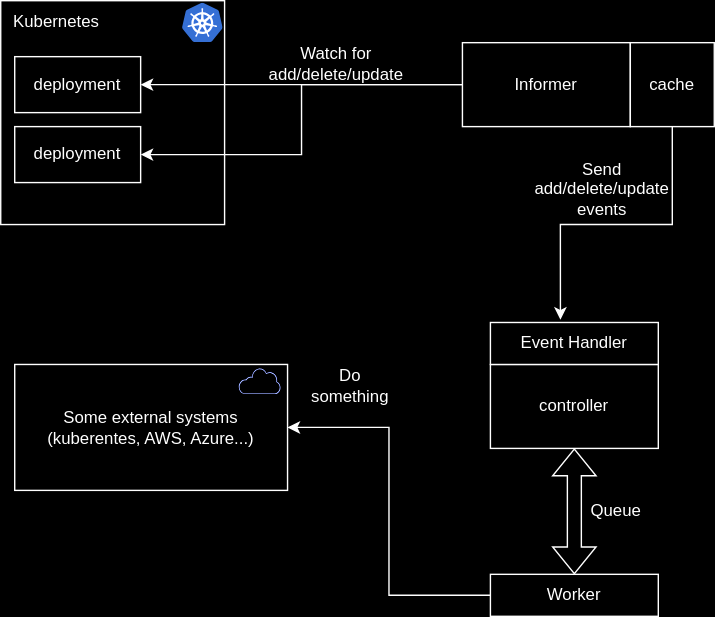
Above: example-controller/docs/k8s-controller.drawio.svg in minhthong582000/k8s-controller-pattern (draw.io), before the change. Source tidied: cells renumbered, new cells last; positions are measured from the earlier drawing's top-left corner, leaving out a move shared by most shapes. The source it was exported from:
```xml
<mxGraphModel>
  <root>
    <mxCell id="0" />
    <mxCell id="1" parent="0" />
    <mxCell id="2" style="whiteSpace=wrap;html=1;" parent="1" vertex="1">
      <mxGeometry width="160" height="160" as="geometry" />
    </mxCell>
    <mxCell id="3" style="edgeStyle=orthogonalEdgeStyle;rounded=0;jettySize=auto;html=1;entryX=1;entryY=0.5;entryDx=0;entryDy=0;" parent="1" edge="1" source="5" target="7">
      <mxGeometry relative="1" as="geometry">
        <Array as="points">
          <mxPoint x="100" y="60" />
          <mxPoint x="100" y="60" />
        </Array>
      </mxGeometry>
    </mxCell>
    <mxCell id="4" style="edgeStyle=orthogonalEdgeStyle;rounded=0;jettySize=auto;html=1;" parent="1" edge="1" source="5" target="8">
      <mxGeometry relative="1" as="geometry" />
    </mxCell>
    <mxCell id="5" value="&lt;a href=&quot;https://pkg.go.dev/k8s.io/client-go/informers&quot;&gt;Informer&lt;/a&gt;" style="rounded=0;whiteSpace=wrap;html=1;" parent="1" vertex="1">
      <mxGeometry x="330" y="30" width="120" height="60" as="geometry" />
    </mxCell>
    <mxCell id="6" value="Kubernetes" style="text;html=1;align=center;verticalAlign=middle;whiteSpace=wrap;rounded=0;" parent="1" vertex="1">
      <mxGeometry x="10" width="60" height="30" as="geometry" />
    </mxCell>
    <mxCell id="7" value="deployment" style="rounded=0;whiteSpace=wrap;html=1;" parent="1" vertex="1">
      <mxGeometry x="10" y="40" width="90" height="40" as="geometry" />
    </mxCell>
    <mxCell id="8" value="deployment" style="rounded=0;whiteSpace=wrap;html=1;" parent="1" vertex="1">
      <mxGeometry x="10" y="90" width="90" height="40" as="geometry" />
    </mxCell>
    <mxCell id="9" value="Watch for add/delete/update" style="text;html=1;align=center;verticalAlign=middle;whiteSpace=wrap;rounded=0;" parent="1" vertex="1">
      <mxGeometry x="210" y="30" width="60" height="30" as="geometry" />
    </mxCell>
    <mxCell id="10" value="&lt;a href=&quot;https://pkg.go.dev/k8s.io/client-go/tools/cache&quot;&gt;cache&lt;/a&gt;" style="rounded=0;whiteSpace=wrap;html=1;" parent="1" vertex="1">
      <mxGeometry x="450" y="30" width="60" height="60" as="geometry" />
    </mxCell>
    <mxCell id="11" style="edgeStyle=orthogonalEdgeStyle;rounded=0;jettySize=auto;html=1;entryX=1;entryY=0.5;entryDx=0;entryDy=0;exitX=0;exitY=0.5;exitDx=0;exitDy=0;" parent="1" edge="1" source="16" target="17">
      <mxGeometry relative="1" as="geometry" />
    </mxCell>
    <mxCell id="12" value="controller" style="rounded=0;whiteSpace=wrap;html=1;" parent="1" vertex="1">
      <mxGeometry x="350" y="260" width="120" height="60" as="geometry" />
    </mxCell>
    <mxCell id="13" value="&lt;a href=&quot;https://pkg.go.dev/k8s.io/client-go/tools/cache#ResourceEventHandlerFuncs&quot;&gt;Event Handler&lt;/a&gt;" style="rounded=0;whiteSpace=wrap;html=1;" parent="1" vertex="1">
      <mxGeometry x="350" y="230" width="120" height="30" as="geometry" />
    </mxCell>
    <mxCell id="14" style="edgeStyle=orthogonalEdgeStyle;rounded=0;jettySize=auto;html=1;entryX=0.417;entryY=-0.067;entryDx=0;entryDy=0;entryPerimeter=0;" parent="1" edge="1" source="10" target="13">
      <mxGeometry relative="1" as="geometry" />
    </mxCell>
    <mxCell id="15" value="Send add/delete/update events" style="text;html=1;align=center;verticalAlign=middle;whiteSpace=wrap;rounded=0;" parent="1" vertex="1">
      <mxGeometry x="390" y="120" width="80" height="30" as="geometry" />
    </mxCell>
    <mxCell id="16" value="Worker" style="rounded=0;whiteSpace=wrap;html=1;" parent="1" vertex="1">
      <mxGeometry x="350" y="410" width="120" height="30" as="geometry" />
    </mxCell>
    <mxCell id="17" value="Some external systems (kuberentes, AWS, Azure...)" style="rounded=0;whiteSpace=wrap;html=1;" parent="1" vertex="1">
      <mxGeometry x="10" y="260" width="195" height="90" as="geometry" />
    </mxCell>
    <mxCell id="18" value="Do something" style="text;html=1;align=center;verticalAlign=middle;whiteSpace=wrap;rounded=0;" parent="1" vertex="1">
      <mxGeometry x="220" y="260" width="60" height="30" as="geometry" />
    </mxCell>
    <mxCell id="19" style="shape=flexArrow;endArrow=classic;startArrow=classic;html=1;rounded=0;exitX=0.5;exitY=0;exitDx=0;exitDy=0;entryX=0.5;entryY=1;entryDx=0;entryDy=0;" parent="1" edge="1" source="16" target="12">
      <mxGeometry relative="1" as="geometry" />
    </mxCell>
    <mxCell id="20" value="&lt;a href=&quot;https://pkg.go.dev/k8s.io/client-go/util/workqueue&quot;&gt;Queue&lt;/a&gt;" style="text;html=1;align=center;verticalAlign=middle;whiteSpace=wrap;rounded=0;" parent="1" vertex="1">
      <mxGeometry x="410" y="350" width="60" height="30" as="geometry" />
    </mxCell>
    <mxCell id="21" style="image;sketch=0;html=1;align=center;fontSize=12;image=img/lib/mscae/Kubernetes.svg;" parent="1" vertex="1">
      <mxGeometry x="130" y="2" width="29.2" height="28" as="geometry" />
    </mxCell>
    <mxCell id="22" style="sketch=0;shadow=0;dashed=0;html=1;strokeColor=none;labelPosition=center;verticalLabelPosition=bottom;verticalAlign=top;align=center;fillColor=#00188D;shape=mxgraph.mscae.enterprise.internet_hollow;" parent="1" vertex="1">
      <mxGeometry x="170" y="262.6" width="30" height="18.6" as="geometry" />
    </mxCell>
  </root>
</mxGraphModel>
```
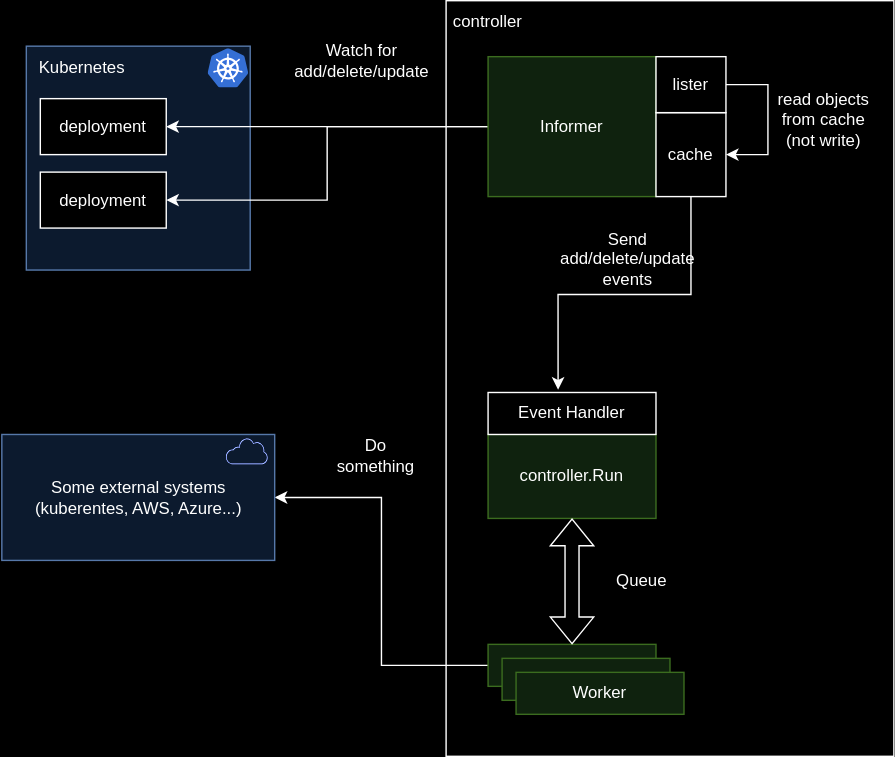
After the change.

Change to the diagram source:
```diff
@@ -2,46 +2,44 @@
   <root>
     <mxCell id="0" />
     <mxCell id="1" parent="0" />
+    <mxCell id="23" style="rounded=0;whiteSpace=wrap;html=1;" parent="1" vertex="1">
+      <mxGeometry x="300" y="-50" width="320" height="540" as="geometry" />
+    </mxCell>
-    <mxCell id="2" style="whiteSpace=wrap;html=1;" parent="1" vertex="1">
-      <mxGeometry width="160" height="160" as="geometry" />
+    <mxCell id="2" style="whiteSpace=wrap;html=1;fillColor=#dae8fc;strokeColor=#6c8ebf;" parent="1" vertex="1">
+      <mxGeometry y="-17.5" width="160" height="160" as="geometry" />
     </mxCell>
+    <mxCell id="4" style="edgeStyle=orthogonalEdgeStyle;rounded=0;jettySize=auto;html=1;exitX=0;exitY=0.5;exitDx=0;exitDy=0;" parent="1" edge="1" source="5" target="8">
+      <mxGeometry relative="1" as="geometry" />
+    </mxCell>
     <mxCell id="3" style="edgeStyle=orthogonalEdgeStyle;rounded=0;jettySize=auto;html=1;entryX=1;entryY=0.5;entryDx=0;entryDy=0;" parent="1" edge="1" source="5" target="7">
-      <mxGeometry relative="1" as="geometry">
-        <Array as="points">
-          <mxPoint x="100" y="60" />
-          <mxPoint x="100" y="60" />
-        </Array>
-      </mxGeometry>
+      <mxGeometry relative="1" as="geometry" />
     </mxCell>
-    <mxCell id="4" style="edgeStyle=orthogonalEdgeStyle;rounded=0;jettySize=auto;html=1;" parent="1" edge="1" source="5" target="8">
-      <mxGeometry relative="1" as="geometry" />
-    </mxCell>
-    <mxCell id="5" value="&lt;a href=&quot;https://pkg.go.dev/k8s.io/client-go/informers&quot;&gt;Informer&lt;/a&gt;" style="rounded=0;whiteSpace=wrap;html=1;" parent="1" vertex="1">
-      <mxGeometry x="330" y="30" width="120" height="60" as="geometry" />
+    <mxCell id="5" value="&lt;a href=&quot;https://pkg.go.dev/k8s.io/client-go/informers&quot;&gt;Informer&lt;/a&gt;" style="rounded=0;whiteSpace=wrap;html=1;fillColor=#d5e8d4;strokeColor=#82b366;" parent="1" vertex="1">
+      <mxGeometry x="330" y="-10" width="120" height="100" as="geometry" />
     </mxCell>
     <mxCell id="6" value="Kubernetes" style="text;html=1;align=center;verticalAlign=middle;whiteSpace=wrap;rounded=0;" parent="1" vertex="1">
-      <mxGeometry x="10" width="60" height="30" as="geometry" />
+      <mxGeometry x="10" y="-17.5" width="60" height="30" as="geometry" />
     </mxCell>
     <mxCell id="7" value="deployment" style="rounded=0;whiteSpace=wrap;html=1;" parent="1" vertex="1">
-      <mxGeometry x="10" y="40" width="90" height="40" as="geometry" />
+      <mxGeometry x="10" y="20" width="90" height="40" as="geometry" />
     </mxCell>
     <mxCell id="8" value="deployment" style="rounded=0;whiteSpace=wrap;html=1;" parent="1" vertex="1">
-      <mxGeometry x="10" y="90" width="90" height="40" as="geometry" />
+      <mxGeometry x="10" y="72.5" width="90" height="40" as="geometry" />
     </mxCell>
     <mxCell id="9" value="Watch for add/delete/update" style="text;html=1;align=center;verticalAlign=middle;whiteSpace=wrap;rounded=0;" parent="1" vertex="1">
-      <mxGeometry x="210" y="30" width="60" height="30" as="geometry" />
+      <mxGeometry x="210" y="-22.5" width="60" height="30" as="geometry" />
     </mxCell>
     <mxCell id="10" value="&lt;a href=&quot;https://pkg.go.dev/k8s.io/client-go/tools/cache&quot;&gt;cache&lt;/a&gt;" style="rounded=0;whiteSpace=wrap;html=1;" parent="1" vertex="1">
-      <mxGeometry x="450" y="30" width="60" height="60" as="geometry" />
+      <mxGeometry x="450" y="30" width="50" height="60" as="geometry" />
     </mxCell>
     <mxCell id="11" style="edgeStyle=orthogonalEdgeStyle;rounded=0;jettySize=auto;html=1;entryX=1;entryY=0.5;entryDx=0;entryDy=0;exitX=0;exitY=0.5;exitDx=0;exitDy=0;" parent="1" edge="1" source="16" target="17">
       <mxGeometry relative="1" as="geometry" />
     </mxCell>
-    <mxCell id="12" value="controller" style="rounded=0;whiteSpace=wrap;html=1;" parent="1" vertex="1">
-      <mxGeometry x="350" y="260" width="120" height="60" as="geometry" />
+    <mxCell id="12" value="controller.Run" style="rounded=0;whiteSpace=wrap;html=1;fillColor=#d5e8d4;strokeColor=#82b366;" parent="1" vertex="1">
+      <mxGeometry x="330" y="260" width="120" height="60" as="geometry" />
     </mxCell>
     <mxCell id="13" value="&lt;a href=&quot;https://pkg.go.dev/k8s.io/client-go/tools/cache#ResourceEventHandlerFuncs&quot;&gt;Event Handler&lt;/a&gt;" style="rounded=0;whiteSpace=wrap;html=1;" parent="1" vertex="1">
-      <mxGeometry x="350" y="230" width="120" height="30" as="geometry" />
+      <mxGeometry x="330" y="230" width="120" height="30" as="geometry" />
     </mxCell>
     <mxCell id="14" style="edgeStyle=orthogonalEdgeStyle;rounded=0;jettySize=auto;html=1;entryX=0.417;entryY=-0.067;entryDx=0;entryDy=0;entryPerimeter=0;" parent="1" edge="1" source="10" target="13">
       <mxGeometry relative="1" as="geometry" />
@@ -49,11 +47,11 @@
     <mxCell id="15" value="Send add/delete/update events" style="text;html=1;align=center;verticalAlign=middle;whiteSpace=wrap;rounded=0;" parent="1" vertex="1">
       <mxGeometry x="390" y="120" width="80" height="30" as="geometry" />
     </mxCell>
-    <mxCell id="16" value="Worker" style="rounded=0;whiteSpace=wrap;html=1;" parent="1" vertex="1">
-      <mxGeometry x="350" y="410" width="120" height="30" as="geometry" />
+    <mxCell id="16" value="Worker" style="rounded=0;whiteSpace=wrap;html=1;fillColor=#d5e8d4;strokeColor=#82b366;" parent="1" vertex="1">
+      <mxGeometry x="330" y="410" width="120" height="30" as="geometry" />
     </mxCell>
-    <mxCell id="17" value="Some external systems (kuberentes, AWS, Azure...)" style="rounded=0;whiteSpace=wrap;html=1;" parent="1" vertex="1">
-      <mxGeometry x="10" y="260" width="195" height="90" as="geometry" />
+    <mxCell id="17" value="Some external systems (kuberentes, AWS, Azure...)" style="rounded=0;whiteSpace=wrap;html=1;fillColor=#dae8fc;strokeColor=#6c8ebf;" parent="1" vertex="1">
+      <mxGeometry x="-17.5" y="260" width="195" height="90" as="geometry" />
     </mxCell>
     <mxCell id="18" value="Do something" style="text;html=1;align=center;verticalAlign=middle;whiteSpace=wrap;rounded=0;" parent="1" vertex="1">
       <mxGeometry x="220" y="260" width="60" height="30" as="geometry" />
@@ -65,10 +63,33 @@
       <mxGeometry x="410" y="350" width="60" height="30" as="geometry" />
     </mxCell>
     <mxCell id="21" style="image;sketch=0;html=1;align=center;fontSize=12;image=img/lib/mscae/Kubernetes.svg;" parent="1" vertex="1">
-      <mxGeometry x="130" y="2" width="29.2" height="28" as="geometry" />
+      <mxGeometry x="130" y="-15.5" width="29.2" height="28" as="geometry" />
     </mxCell>
     <mxCell id="22" style="sketch=0;shadow=0;dashed=0;html=1;strokeColor=none;labelPosition=center;verticalLabelPosition=bottom;verticalAlign=top;align=center;fillColor=#00188D;shape=mxgraph.mscae.enterprise.internet_hollow;" parent="1" vertex="1">
-      <mxGeometry x="170" y="262.6" width="30" height="18.6" as="geometry" />
+      <mxGeometry x="142.5" y="262.6" width="30" height="18.6" as="geometry" />
     </mxCell>
+    <mxCell id="24" style="edgeStyle=orthogonalEdgeStyle;rounded=0;jettySize=auto;html=1;entryX=1;entryY=0.5;entryDx=0;entryDy=0;" parent="1" edge="1" source="25" target="10">
+      <mxGeometry relative="1" as="geometry">
+        <Array as="points">
+          <mxPoint x="530" y="10" />
+          <mxPoint x="530" y="60" />
+        </Array>
+      </mxGeometry>
+    </mxCell>
+    <mxCell id="25" value="lister" style="rounded=0;whiteSpace=wrap;html=1;" parent="1" vertex="1">
+      <mxGeometry x="450" y="-10" width="50" height="40" as="geometry" />
+    </mxCell>
+    <mxCell id="26" value="read objects from cache&lt;div&gt;(not write)&lt;/div&gt;" style="text;html=1;align=center;verticalAlign=middle;whiteSpace=wrap;rounded=0;" parent="1" vertex="1">
+      <mxGeometry x="530" y="20" width="80" height="30" as="geometry" />
+    </mxCell>
+    <mxCell id="27" value="controller" style="text;html=1;align=center;verticalAlign=middle;whiteSpace=wrap;rounded=0;" parent="1" vertex="1">
+      <mxGeometry x="300" y="-50" width="60" height="30" as="geometry" />
+    </mxCell>
+    <mxCell id="28" value="Worker" style="rounded=0;whiteSpace=wrap;html=1;fillColor=#d5e8d4;strokeColor=#82b366;" parent="1" vertex="1">
+      <mxGeometry x="340" y="420" width="120" height="30" as="geometry" />
+    </mxCell>
+    <mxCell id="29" value="Worker" style="rounded=0;whiteSpace=wrap;html=1;fillColor=#d5e8d4;strokeColor=#82b366;" parent="1" vertex="1">
+      <mxGeometry x="350" y="430" width="120" height="30" as="geometry" />
+    </mxCell>
   </root>
 </mxGraphModel>
```
